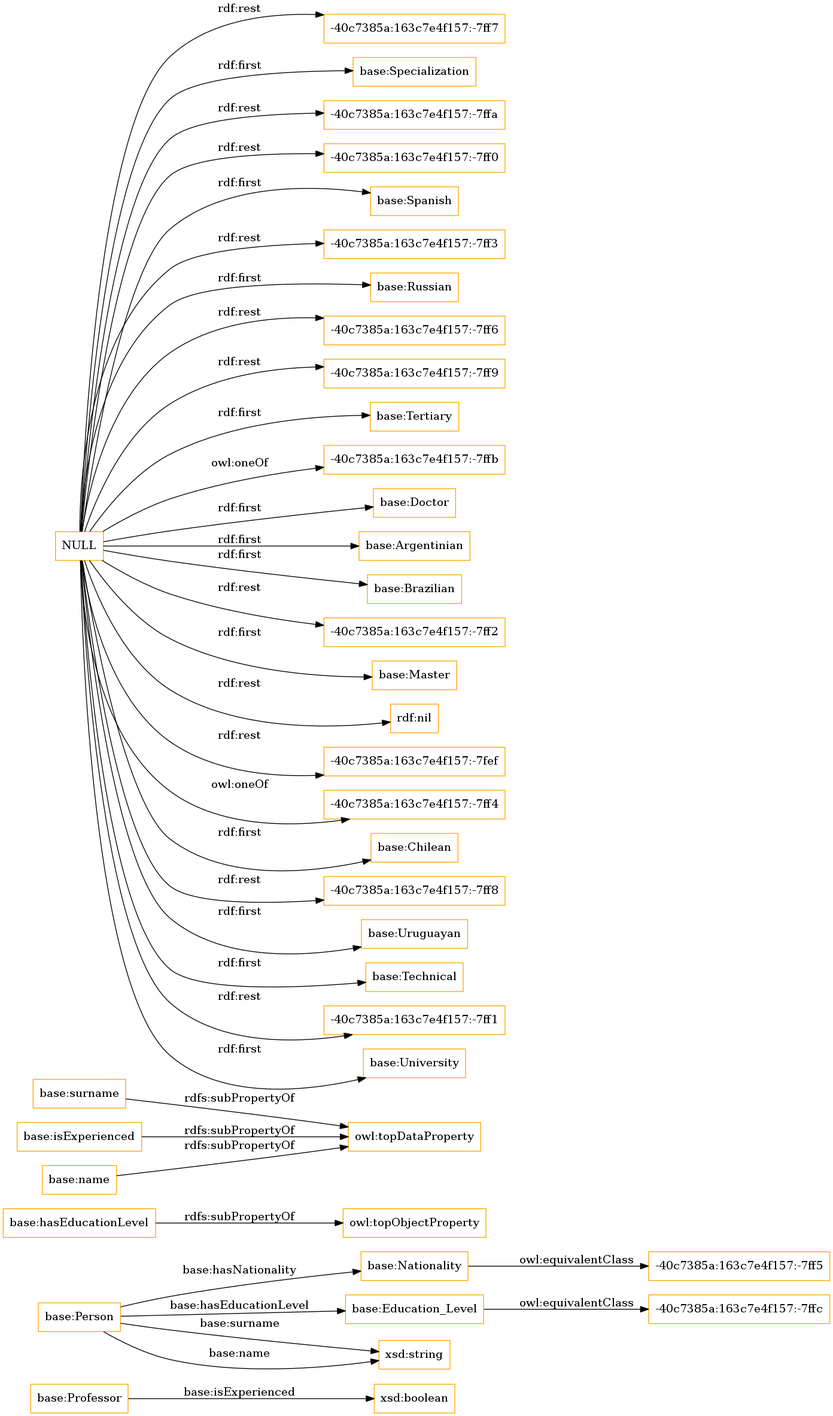
Before: OnToology/professors.owl/diagrams/ar2dtool-class/professors.owl.png, a diagram exported from Graphviz (ahmad88me/OntoCIS1). Its source is kept beside it as OnToology/professors.owl/diagrams/ar2dtool-class/professors.owl.png.dot.
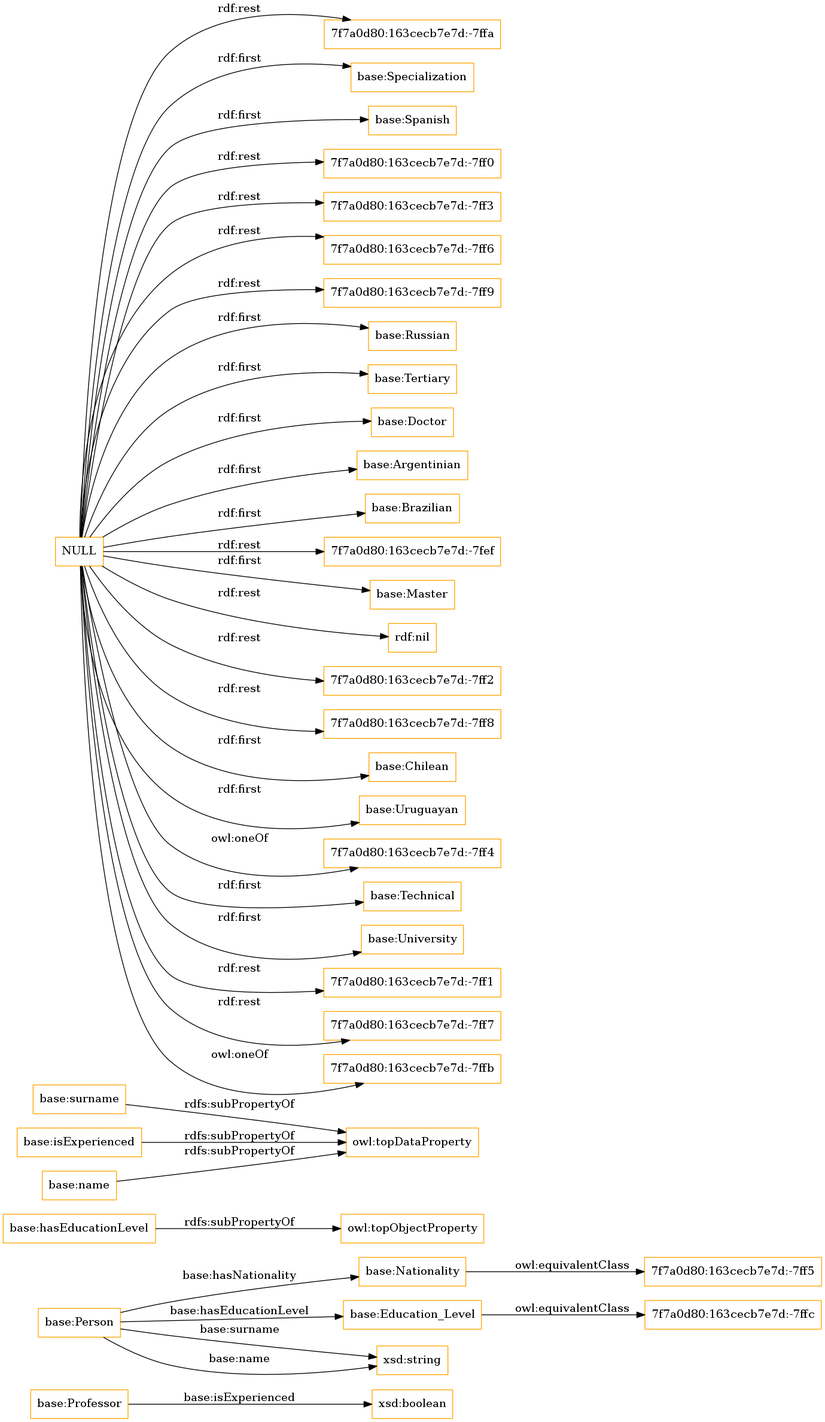
Above is the later version.

The edit, as a diff of the source:
```diff
@@ -1,38 +1,38 @@
 digraph ar2dtool_diagram {
 rankdir=LR;
 size="1501"
-node [shape = rectangle, color="orange"]; "base:Professor" "base:Person" "-40c7385a:163c7e4f157:-7ff5" "base:Nationality" "-40c7385a:163c7e4f157:-7ffc" "base:Education_Level" ; /*classes style*/
+node [shape = rectangle, color="orange"]; "base:Professor" "base:Person" "7f7a0d80:163cecb7e7d:-7ff5" "base:Nationality" "7f7a0d80:163cecb7e7d:-7ffc" "base:Education_Level" ; /*classes style*/
 	"base:hasEducationLevel" -> "owl:topObjectProperty" [ label = "rdfs:subPropertyOf" ];
 	"base:surname" -> "owl:topDataProperty" [ label = "rdfs:subPropertyOf" ];
 	"base:isExperienced" -> "owl:topDataProperty" [ label = "rdfs:subPropertyOf" ];
 	"base:name" -> "owl:topDataProperty" [ label = "rdfs:subPropertyOf" ];
-	"base:Education_Level" -> "-40c7385a:163c7e4f157:-7ffc" [ label = "owl:equivalentClass" ];
-	"NULL" -> "-40c7385a:163c7e4f157:-7ff7" [ label = "rdf:rest" ];
+	"base:Education_Level" -> "7f7a0d80:163cecb7e7d:-7ffc" [ label = "owl:equivalentClass" ];
+	"NULL" -> "7f7a0d80:163cecb7e7d:-7ffa" [ label = "rdf:rest" ];
 	"NULL" -> "base:Specialization" [ label = "rdf:first" ];
-	"NULL" -> "-40c7385a:163c7e4f157:-7ffa" [ label = "rdf:rest" ];
-	"NULL" -> "-40c7385a:163c7e4f157:-7ff0" [ label = "rdf:rest" ];
 	"NULL" -> "base:Spanish" [ label = "rdf:first" ];
-	"NULL" -> "-40c7385a:163c7e4f157:-7ff3" [ label = "rdf:rest" ];
+	"NULL" -> "7f7a0d80:163cecb7e7d:-7ff0" [ label = "rdf:rest" ];
+	"NULL" -> "7f7a0d80:163cecb7e7d:-7ff3" [ label = "rdf:rest" ];
+	"NULL" -> "7f7a0d80:163cecb7e7d:-7ff6" [ label = "rdf:rest" ];
+	"NULL" -> "7f7a0d80:163cecb7e7d:-7ff9" [ label = "rdf:rest" ];
 	"NULL" -> "base:Russian" [ label = "rdf:first" ];
-	"NULL" -> "-40c7385a:163c7e4f157:-7ff6" [ label = "rdf:rest" ];
-	"NULL" -> "-40c7385a:163c7e4f157:-7ff9" [ label = "rdf:rest" ];
 	"NULL" -> "base:Tertiary" [ label = "rdf:first" ];
-	"NULL" -> "-40c7385a:163c7e4f157:-7ffb" [ label = "owl:oneOf" ];
 	"NULL" -> "base:Doctor" [ label = "rdf:first" ];
 	"NULL" -> "base:Argentinian" [ label = "rdf:first" ];
 	"NULL" -> "base:Brazilian" [ label = "rdf:first" ];
-	"NULL" -> "-40c7385a:163c7e4f157:-7ff2" [ label = "rdf:rest" ];
+	"NULL" -> "7f7a0d80:163cecb7e7d:-7fef" [ label = "rdf:rest" ];
 	"NULL" -> "base:Master" [ label = "rdf:first" ];
 	"NULL" -> "rdf:nil" [ label = "rdf:rest" ];
-	"NULL" -> "-40c7385a:163c7e4f157:-7fef" [ label = "rdf:rest" ];
-	"NULL" -> "-40c7385a:163c7e4f157:-7ff4" [ label = "owl:oneOf" ];
+	"NULL" -> "7f7a0d80:163cecb7e7d:-7ff2" [ label = "rdf:rest" ];
+	"NULL" -> "7f7a0d80:163cecb7e7d:-7ff8" [ label = "rdf:rest" ];
 	"NULL" -> "base:Chilean" [ label = "rdf:first" ];
-	"NULL" -> "-40c7385a:163c7e4f157:-7ff8" [ label = "rdf:rest" ];
 	"NULL" -> "base:Uruguayan" [ label = "rdf:first" ];
+	"NULL" -> "7f7a0d80:163cecb7e7d:-7ff4" [ label = "owl:oneOf" ];
 	"NULL" -> "base:Technical" [ label = "rdf:first" ];
-	"NULL" -> "-40c7385a:163c7e4f157:-7ff1" [ label = "rdf:rest" ];
 	"NULL" -> "base:University" [ label = "rdf:first" ];
-	"base:Nationality" -> "-40c7385a:163c7e4f157:-7ff5" [ label = "owl:equivalentClass" ];
+	"NULL" -> "7f7a0d80:163cecb7e7d:-7ff1" [ label = "rdf:rest" ];
+	"NULL" -> "7f7a0d80:163cecb7e7d:-7ff7" [ label = "rdf:rest" ];
+	"NULL" -> "7f7a0d80:163cecb7e7d:-7ffb" [ label = "owl:oneOf" ];
+	"base:Nationality" -> "7f7a0d80:163cecb7e7d:-7ff5" [ label = "owl:equivalentClass" ];
 	"base:Person" -> "xsd:string" [ label = "base:surname" ];
 	"base:Person" -> "xsd:string" [ label = "base:name" ];
 	"base:Person" -> "base:Education_Level" [ label = "base:hasEducationLevel" ];
```
